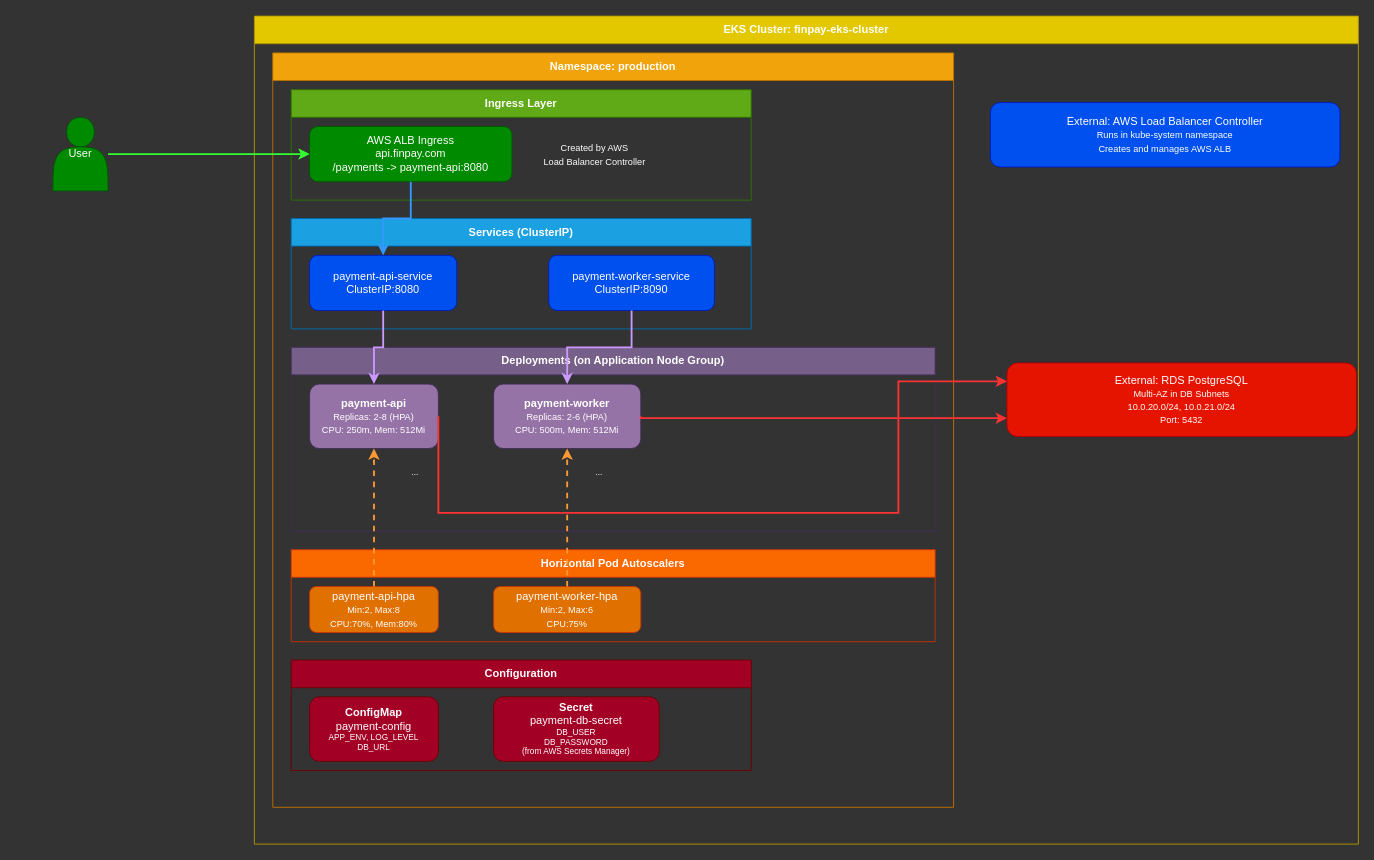
The draw.io diagram diagrams/k8s.drawio in Qday12/k8s_payment_app, before the edit. Source tidied: cells renumbered, new cells numbered last; positions are measured from the earlier drawing's top-left corner, leaving out a move shared by most shapes. Both pictures are drawn from the tidied source at 92%, with x=0, y=0 at pixel (52, 16).
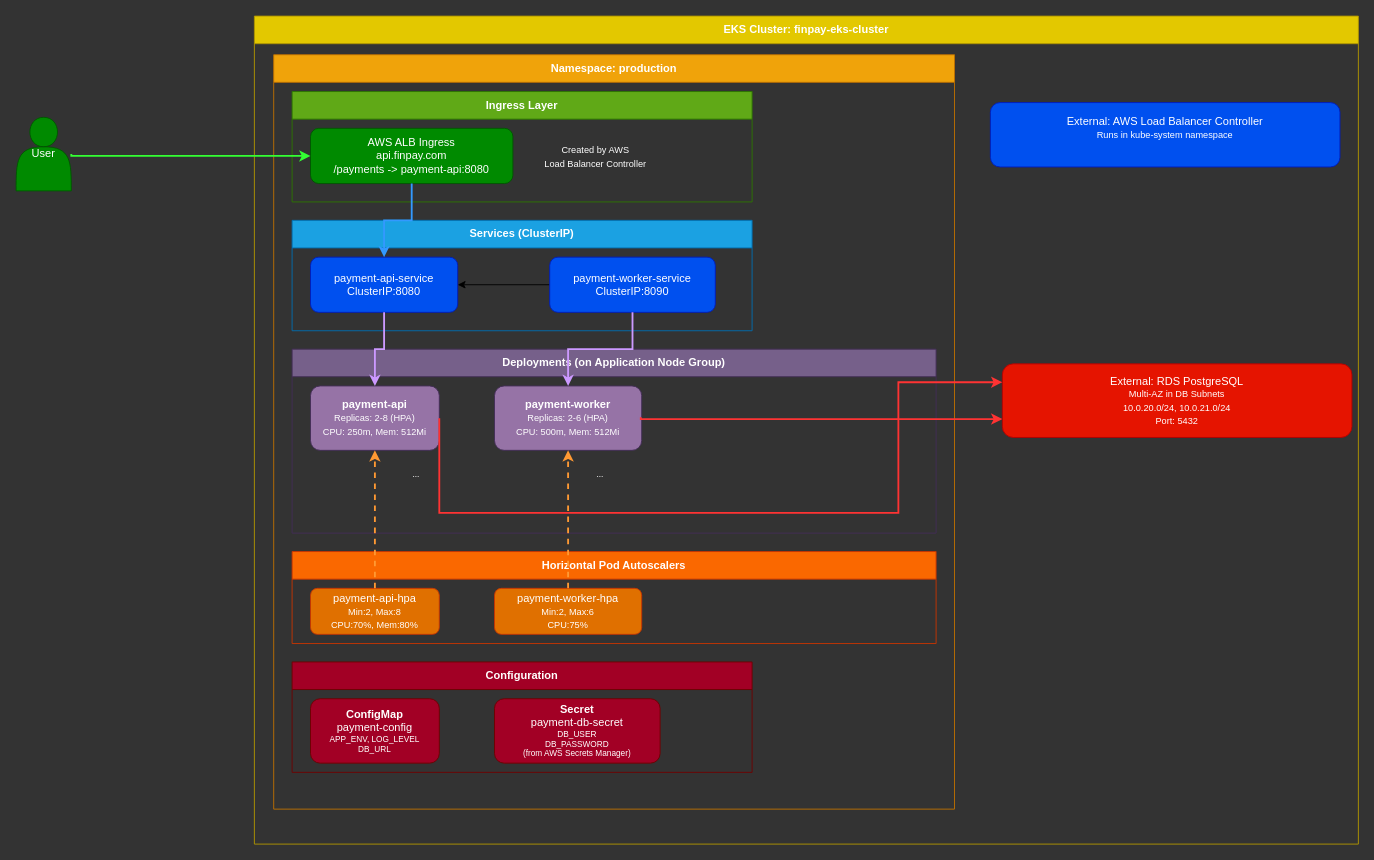
The same page after the edit.

The change refers to these unchanged cells:
```xml
<mxCell id="2" value="EKS Cluster: finpay-eks-cluster" style="swimlane;html=1;fillColor=#e3c800;fontColor=#FFFFFF;strokeColor=#B09500;align=center;whiteSpace=wrap;startSize=30;" parent="1" vertex="1">
  <mxGeometry x="219" width="1200" height="900" as="geometry" />
</mxCell>
<mxCell id="5" value="&lt;font style=&quot;color: rgb(255, 255, 255);&quot;&gt;AWS ALB Ingress&lt;/font&gt;&lt;div&gt;&lt;font style=&quot;color: rgb(255, 255, 255);&quot;&gt;api.finpay.com&lt;/font&gt;&lt;/div&gt;&lt;div&gt;&lt;font style=&quot;color: rgb(255, 255, 255);&quot;&gt;/payments -&amp;gt; payment-api:8080&lt;/font&gt;&lt;/div&gt;" style="rounded=1;whiteSpace=wrap;html=1;fillColor=#008a00;strokeColor=#005700;fontColor=#FFFFFF;" parent="4" vertex="1">
  <mxGeometry x="20" y="40" width="220" height="60" as="geometry" />
</mxCell>
<mxCell id="7" value="Services (ClusterIP)" style="swimlane;whiteSpace=wrap;html=1;fillColor=#1ba1e2;fontColor=#FFFFFF;strokeColor=#006EAF;align=center;startSize=30;" parent="3" vertex="1">
  <mxGeometry x="20" y="180" width="500" height="120" as="geometry" />
</mxCell>
<mxCell id="8" value="&lt;font style=&quot;color: rgb(255, 255, 255);&quot;&gt;payment-api-service&lt;/font&gt;&lt;div&gt;&lt;font style=&quot;color: rgb(255, 255, 255);&quot;&gt;ClusterIP:8080&lt;/font&gt;&lt;/div&gt;" style="rounded=1;whiteSpace=wrap;html=1;fillColor=#0050ef;strokeColor=#001DBC;fontColor=#FFFFFF;" parent="7" vertex="1">
  <mxGeometry x="20" y="40" width="160" height="60" as="geometry" />
</mxCell>
<mxCell id="9" value="&lt;font style=&quot;color: rgb(255, 255, 255);&quot;&gt;payment-worker-service&lt;/font&gt;&lt;div&gt;&lt;font style=&quot;color: rgb(255, 255, 255);&quot;&gt;ClusterIP:8090&lt;/font&gt;&lt;/div&gt;" style="rounded=1;whiteSpace=wrap;html=1;fillColor=#0050ef;strokeColor=#001DBC;fontColor=#FFFFFF;" parent="7" vertex="1">
  <mxGeometry x="280" y="40" width="180" height="60" as="geometry" />
</mxCell>
```

Change to the diagram source:
```diff
@@
     <mxCell id="3" value="Namespace: production" style="swimlane;whiteSpace=wrap;html=1;fillColor=#f0a30a;fontColor=#FFFFFF;strokeColor=#BD7000;align=center;startSize=30;" parent="2" vertex="1">
-      <mxGeometry x="20" y="40" width="740" height="820" as="geometry" />
+      <mxGeometry x="21" y="42" width="740" height="820" as="geometry" />
     </mxCell>
@@
+    <mxCell id="32" style="edgeStyle=none;html=1;exitX=0;exitY=0.5;exitDx=0;exitDy=0;entryX=1;entryY=0.5;entryDx=0;entryDy=0;" parent="7" edge="1" source="9" target="8">
+      <mxGeometry relative="1" as="geometry" />
+    </mxCell>
@@
-    <mxCell id="21" value="&lt;font style=&quot;&quot;&gt;External: RDS PostgreSQL&lt;/font&gt;&lt;div&gt;&lt;font style=&quot;font-size: 10px;&quot;&gt;Multi-AZ in DB Subnets&lt;/font&gt;&lt;/div&gt;&lt;div&gt;&lt;font style=&quot;font-size: 10px;&quot;&gt;10.0.20.0/24, 10.0.21.0/24&lt;/font&gt;&lt;/div&gt;&lt;div&gt;&lt;font style=&quot;font-size: 10px;&quot;&gt;Port: 5432&lt;/font&gt;&lt;/div&gt;" style="rounded=1;whiteSpace=wrap;html=1;fillColor=#e51400;strokeColor=#B20000;fontColor=#FFFFFF;" parent="2" vertex="1">
-      <mxGeometry x="818" y="377" width="380" height="80" as="geometry" />
+    <mxCell id="21" value="&lt;font style=&quot;color: rgb(255, 255, 255);&quot;&gt;External: RDS PostgreSQL&lt;/font&gt;&lt;div&gt;&lt;font style=&quot;font-size: 10px; color: rgb(255, 255, 255);&quot;&gt;Multi-AZ in DB Subnets&lt;/font&gt;&lt;/div&gt;&lt;div&gt;&lt;font style=&quot;font-size: 10px; color: rgb(255, 255, 255);&quot;&gt;10.0.20.0/24, 10.0.21.0/24&lt;/font&gt;&lt;/div&gt;&lt;div&gt;&lt;font style=&quot;font-size: 10px; color: rgb(255, 255, 255);&quot;&gt;Port: 5432&lt;/font&gt;&lt;/div&gt;" style="rounded=1;whiteSpace=wrap;html=1;fillColor=#e51400;strokeColor=#B20000;fontColor=#FFFFFF;" parent="2" vertex="1">
+      <mxGeometry x="813" y="378" width="380" height="80" as="geometry" />
     </mxCell>
@@
-    <mxCell id="24" value="&lt;font style=&quot;&quot;&gt;External: AWS Load Balancer Controller&lt;/font&gt;&lt;div&gt;&lt;font style=&quot;font-size: 10px;&quot;&gt;Runs in kube-system namespace&lt;/font&gt;&lt;/div&gt;&lt;div&gt;&lt;font style=&quot;font-size: 10px;&quot;&gt;Creates and manages AWS ALB&lt;/font&gt;&lt;/div&gt;" style="rounded=1;whiteSpace=wrap;html=1;fillColor=#0050ef;strokeColor=#001DBC;fontColor=#FFFFFF;" parent="2" vertex="1">
+    <mxCell id="24" value="&lt;font style=&quot;color: rgb(255, 255, 255);&quot;&gt;External: AWS Load Balancer Controller&lt;/font&gt;&lt;div&gt;&lt;font style=&quot;font-size: 10px; color: rgb(255, 255, 255);&quot;&gt;Runs in kube-system namespace&lt;/font&gt;&lt;/div&gt;&lt;div&gt;&lt;br&gt;&lt;/div&gt;" style="rounded=1;whiteSpace=wrap;html=1;fillColor=#0050ef;strokeColor=#001DBC;fontColor=#FFFFFF;" parent="2" vertex="1">
       <mxGeometry x="800" y="94" width="380" height="70" as="geometry" />
     </mxCell>
     <mxCell id="25" value="&lt;font style=&quot;color: rgb(255, 255, 255);&quot;&gt;User&lt;/font&gt;" style="shape=actor;whiteSpace=wrap;html=1;fillColor=#008a00;strokeColor=#005700;fontColor=#FFFFFF;" parent="1" vertex="1">
-      <mxGeometry y="110" width="60" height="80" as="geometry" />
+      <mxGeometry x="-40" y="110" width="60" height="80" as="geometry" />
     </mxCell>
     <mxCell id="26" style="edgeStyle=orthogonalEdgeStyle;rounded=0;jettySize=auto;html=1;exitX=1;exitY=0.5;exitDx=0;exitDy=0;entryX=0;entryY=0.5;entryDx=0;entryDy=0;strokeWidth=2;strokeColor=#33ff33;fontColor=#FFFFFF;" parent="1" edge="1" source="25" target="5">
       <mxGeometry relative="1" as="geometry">
         <Array as="points">
-          <mxPoint x="83" y="150" />
+          <mxPoint x="20" y="152" />
         </Array>
       </mxGeometry>
     </mxCell>
```
